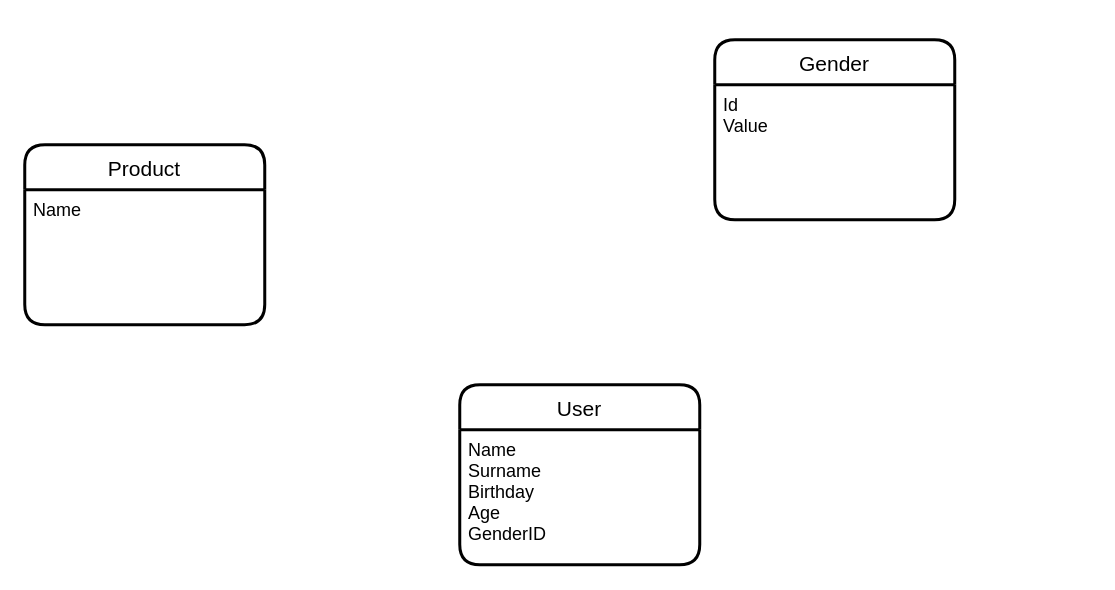
This is Untitled Diagram.drawio from CavidH/StringPool, a draw.io file, before an edit. Source tidied: cells renumbered, new cells numbered last; positions are measured from the earlier drawing's top-left corner, leaving out a move shared by most shapes. Both pictures are drawn from the tidied source at 150%, with x=0, y=0 at pixel (24, 39).
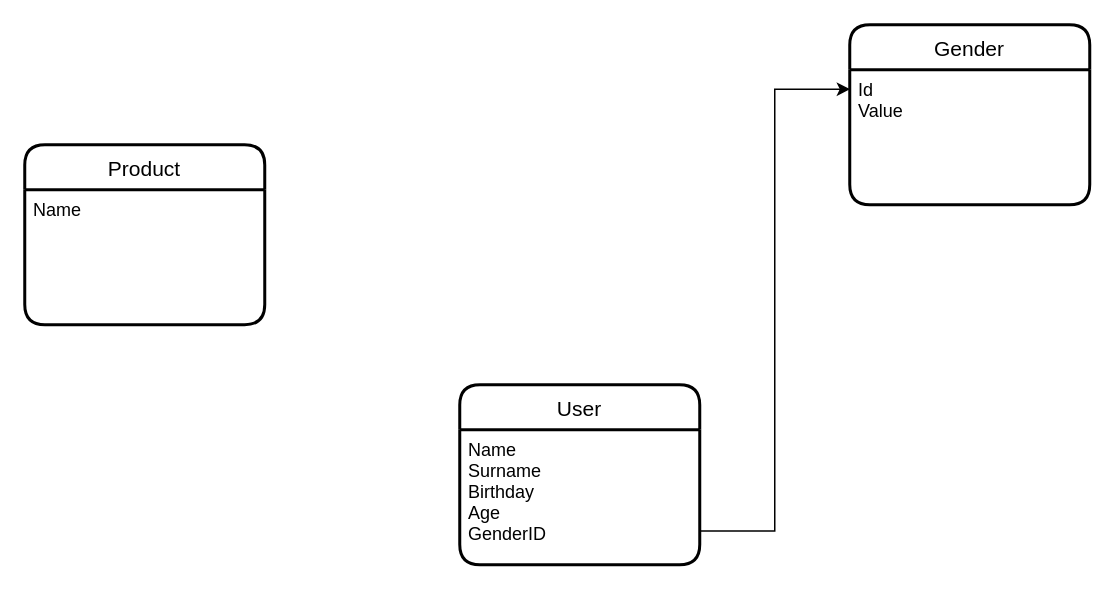
Above is the later version.

What changed in the source:
```diff
@@
 <mxGraphModel>
   <root>
     <mxCell id="0" />
     <mxCell id="1" parent="0" />
     <mxCell id="2" value="Product" style="swimlane;horizontal=1;startSize=30;rounded=1;fontSize=14;fontStyle=0;strokeWidth=2;shadow=0;dashed=0;align=center;" parent="1" vertex="1">
       <mxGeometry y="70" width="160" height="120" as="geometry" />
     </mxCell>
     <mxCell id="3" value="Name" style="align=left;strokeColor=none;fillColor=none;spacingLeft=4;fontSize=12;verticalAlign=top;" parent="2" vertex="1">
       <mxGeometry y="30" width="160" height="90" as="geometry" />
     </mxCell>
     <mxCell id="4" value="User" style="swimlane;horizontal=1;startSize=30;rounded=1;fontSize=14;fontStyle=0;strokeWidth=2;shadow=0;dashed=0;align=center;" parent="1" vertex="1">
       <mxGeometry x="290" y="230" width="160" height="120" as="geometry" />
     </mxCell>
     <mxCell id="5" value="Name&#10;Surname&#10;Birthday&#10;Age&#10;GenderID&#10;" style="align=left;strokeColor=none;fillColor=none;spacingLeft=4;fontSize=12;verticalAlign=top;" parent="4" vertex="1">
       <mxGeometry y="30" width="160" height="90" as="geometry" />
     </mxCell>
     <mxCell id="6" value="Gender" style="swimlane;horizontal=1;startSize=30;rounded=1;fontSize=14;fontStyle=0;strokeWidth=2;shadow=0;dashed=0;align=center;" parent="1" vertex="1">
-      <mxGeometry x="460" width="160" height="120" as="geometry" />
+      <mxGeometry x="550" y="-10" width="160" height="120" as="geometry" />
     </mxCell>
     <mxCell id="7" value="Id&#10;Value" style="align=left;strokeColor=none;fillColor=none;spacingLeft=4;fontSize=12;verticalAlign=top;" parent="6" vertex="1">
       <mxGeometry y="30" width="160" height="90" as="geometry" />
     </mxCell>
+    <mxCell id="8" style="edgeStyle=orthogonalEdgeStyle;rounded=0;jettySize=auto;html=1;exitX=1;exitY=0.75;exitDx=0;exitDy=0;entryX=0.002;entryY=0.144;entryDx=0;entryDy=0;entryPerimeter=0;" parent="1" edge="1" source="5" target="7">
+      <mxGeometry relative="1" as="geometry" />
+    </mxCell>
   </root>
 </mxGraphModel>
```
